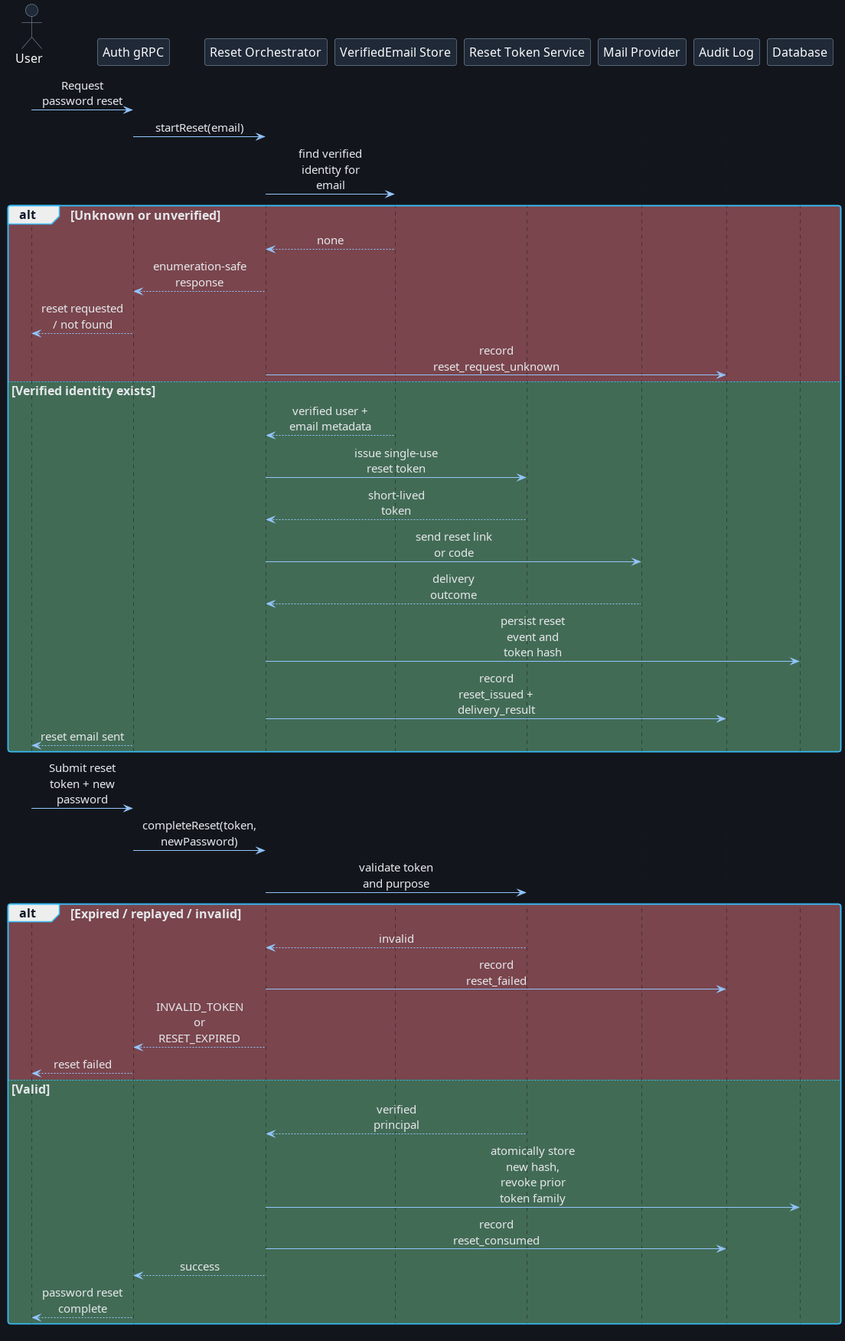
Above: design/security/VerifiedEmailResetFlow.png in OODesigns/central-auth-service (PlantUML), before the change. Source of this version:
```plantuml
@startuml VerifiedEmailResetFlow
!include ../themes/dark-theme.puml
hide footbox

actor User
participant "Auth gRPC" as Auth
participant "Reset Orchestrator" as Reset
participant "VerifiedEmail Store" as EmailStore
participant "Reset Token Service" as TokenService
participant "Mail Provider" as Mail
participant "Audit Log" as Audit
participant "Database" as DB

User -> Auth: Request password reset
Auth -> Reset: startReset(email)
Reset -> EmailStore: find verified identity for email
alt #7a454d Unknown or unverified
    EmailStore --> Reset: none
    Reset --> Auth: enumeration-safe response
    Auth --> User: reset requested / not found
    Reset -> Audit: record reset_request_unknown
else #426b55 Verified identity exists
    EmailStore --> Reset: verified user + email metadata
    Reset -> TokenService: issue single-use reset token
    TokenService --> Reset: short-lived token
    Reset -> Mail: send reset link or code
    Mail --> Reset: delivery outcome
    Reset -> DB: persist reset event and token hash
    Reset -> Audit: record reset_issued + delivery_result
    Auth --> User: reset email sent
end

User -> Auth: Submit reset token + new password
Auth -> Reset: completeReset(token, newPassword)
Reset -> TokenService: validate token and purpose
alt #7a454d Expired / replayed / invalid
    TokenService --> Reset: invalid
    Reset -> Audit: record reset_failed
    Reset --> Auth: INVALID_TOKEN or RESET_EXPIRED
    Auth --> User: reset failed
else #426b55 Valid
    TokenService --> Reset: verified principal
    Reset -> DB: atomically store new hash, revoke prior token family
    Reset -> Audit: record reset_consumed
    Reset --> Auth: success
    Auth --> User: password reset complete
end
@enduml
```
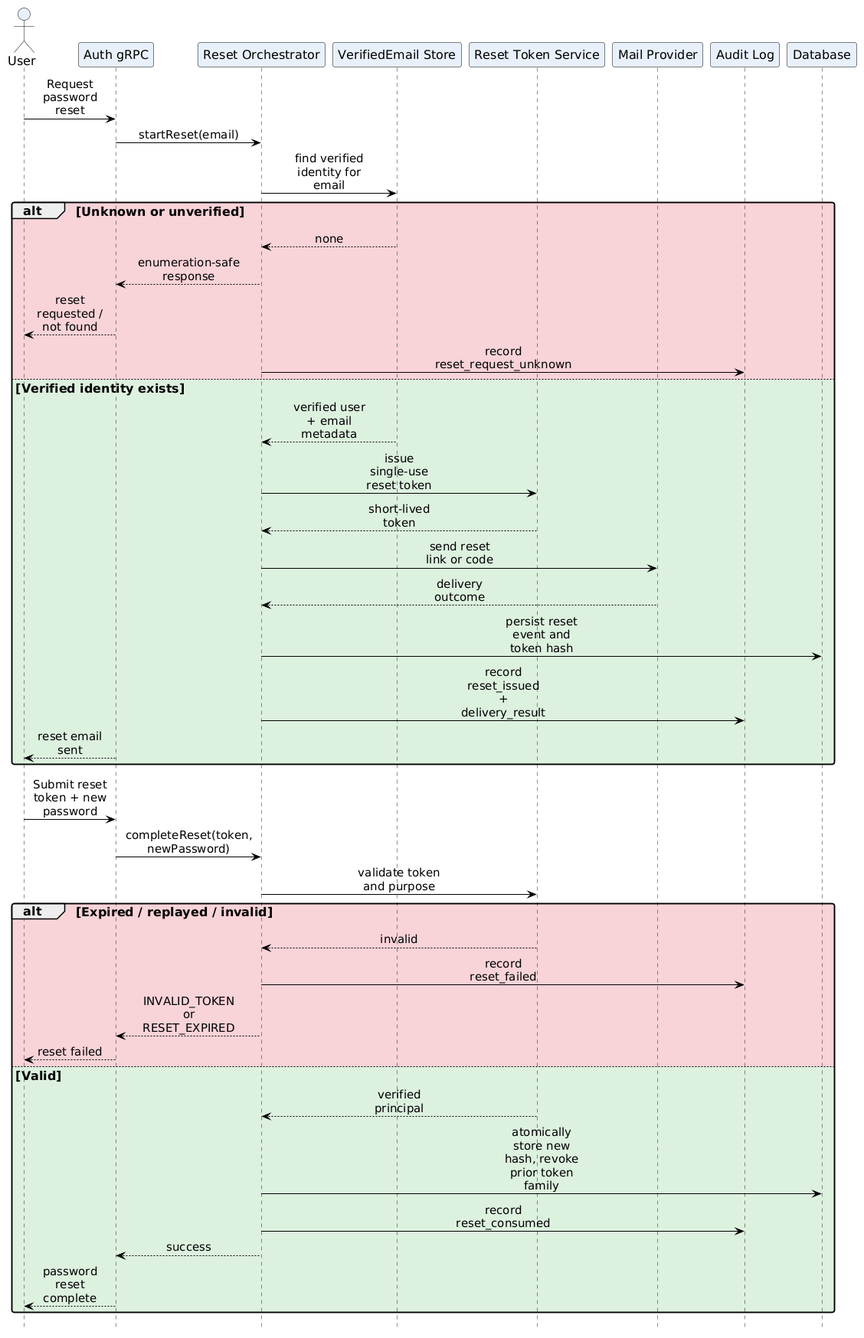
After the commit.

Diff of the diagram source:
```diff
@@ -14,12 +14,12 @@
 User -> Auth: Request password reset
 Auth -> Reset: startReset(email)
 Reset -> EmailStore: find verified identity for email
-alt #7a454d Unknown or unverified
+alt #F3B6BE99 Unknown or unverified
     EmailStore --> Reset: none
     Reset --> Auth: enumeration-safe response
     Auth --> User: reset requested / not found
     Reset -> Audit: record reset_request_unknown
-else #426b55 Verified identity exists
+else #C7E8C999 Verified identity exists
     EmailStore --> Reset: verified user + email metadata
     Reset -> TokenService: issue single-use reset token
     TokenService --> Reset: short-lived token
@@ -33,12 +33,12 @@
 User -> Auth: Submit reset token + new password
 Auth -> Reset: completeReset(token, newPassword)
 Reset -> TokenService: validate token and purpose
-alt #7a454d Expired / replayed / invalid
+alt #F3B6BE99 Expired / replayed / invalid
     TokenService --> Reset: invalid
     Reset -> Audit: record reset_failed
     Reset --> Auth: INVALID_TOKEN or RESET_EXPIRED
     Auth --> User: reset failed
-else #426b55 Valid
+else #C7E8C999 Valid
     TokenService --> Reset: verified principal
     Reset -> DB: atomically store new hash, revoke prior token family
     Reset -> Audit: record reset_consumed
```
